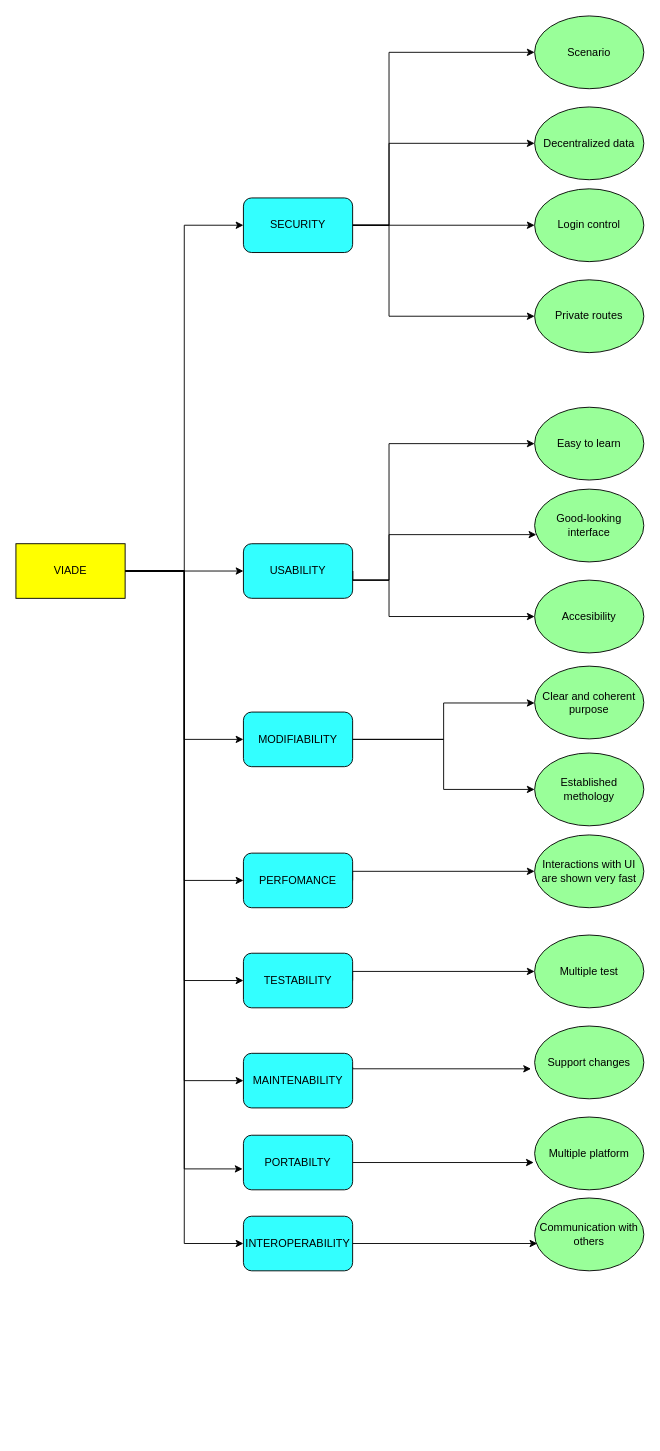
The draw.io diagram src/docs/diagrams/qualityTree.drawio in Arquisoft/viade_es3a, before the edit. Source tidied: cells renumbered, new cells numbered last; positions are measured from the earlier drawing's top-left corner, leaving out a move shared by most shapes. Both pictures are drawn from the tidied source at 91%, with x=0, y=0 at pixel (15, 15).
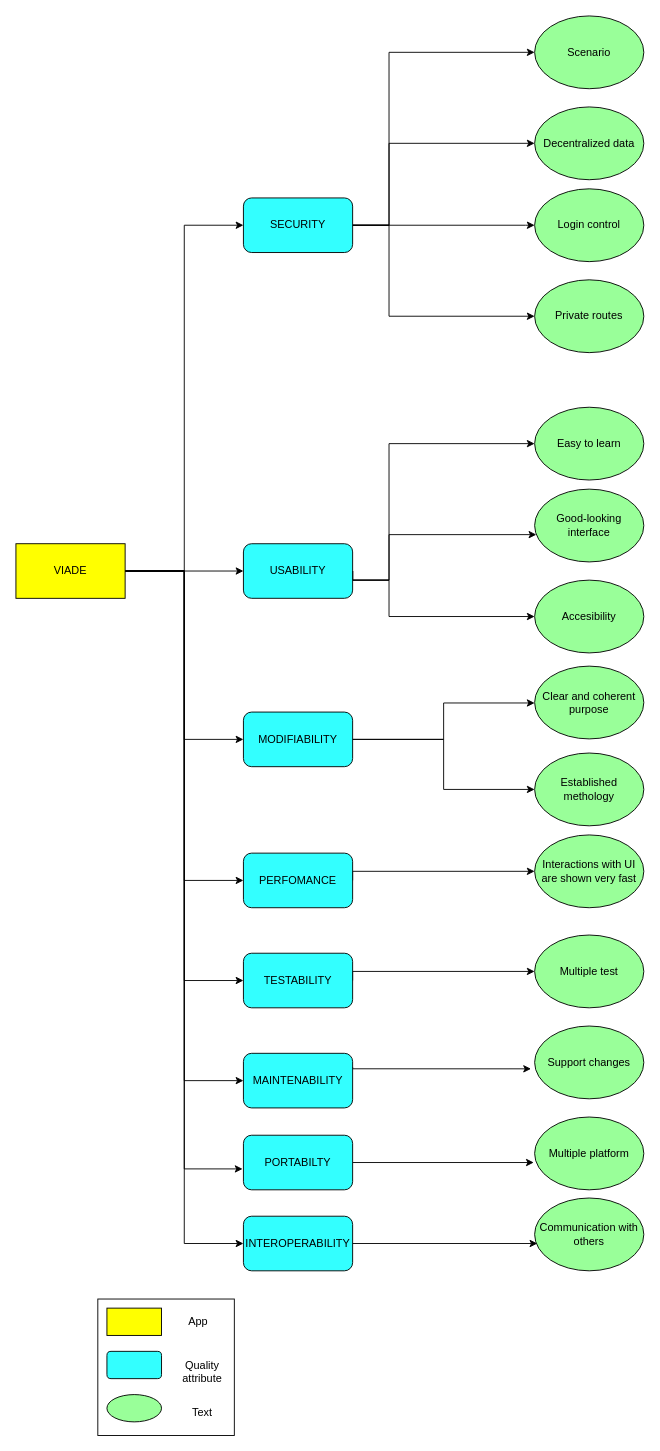
The same diagram, later.

Change to the diagram source:
```diff
@@
+    <mxCell id="47" style="rounded=0;whiteSpace=wrap;html=1;" parent="1" vertex="1">
+      <mxGeometry x="90" y="1410" width="150" height="150" as="geometry" />
+    </mxCell>
+    <mxCell id="48" style="rounded=1;whiteSpace=wrap;html=1;fillColor=#33FFFF;" parent="1" vertex="1">
+      <mxGeometry x="100" y="1467.5" width="60" height="30" as="geometry" />
+    </mxCell>
+    <mxCell id="49" value="Quality attribute" style="text;html=1;strokeColor=none;fillColor=none;align=center;verticalAlign=middle;whiteSpace=wrap;rounded=0;" parent="1" vertex="1">
+      <mxGeometry x="170" y="1482.5" width="70" height="15" as="geometry" />
+    </mxCell>
+    <mxCell id="50" value="Text" style="text;html=1;strokeColor=none;fillColor=none;align=center;verticalAlign=middle;whiteSpace=wrap;rounded=0;" parent="1" vertex="1">
+      <mxGeometry x="185" y="1525" width="40" height="20" as="geometry" />
+    </mxCell>
+    <mxCell id="51" style="ellipse;whiteSpace=wrap;html=1;fillColor=#99FF99;" parent="1" vertex="1">
+      <mxGeometry x="100" y="1515" width="60" height="30" as="geometry" />
+    </mxCell>
+    <mxCell id="52" style="rounded=0;whiteSpace=wrap;html=1;fillColor=#FFFF00;" parent="1" vertex="1">
+      <mxGeometry x="100" y="1420" width="60" height="30" as="geometry" />
+    </mxCell>
+    <mxCell id="53" value="App" style="text;html=1;align=center;verticalAlign=middle;" parent="1" vertex="1">
+      <mxGeometry x="180" y="1425" width="40" height="20" as="geometry" />
+    </mxCell>
```
